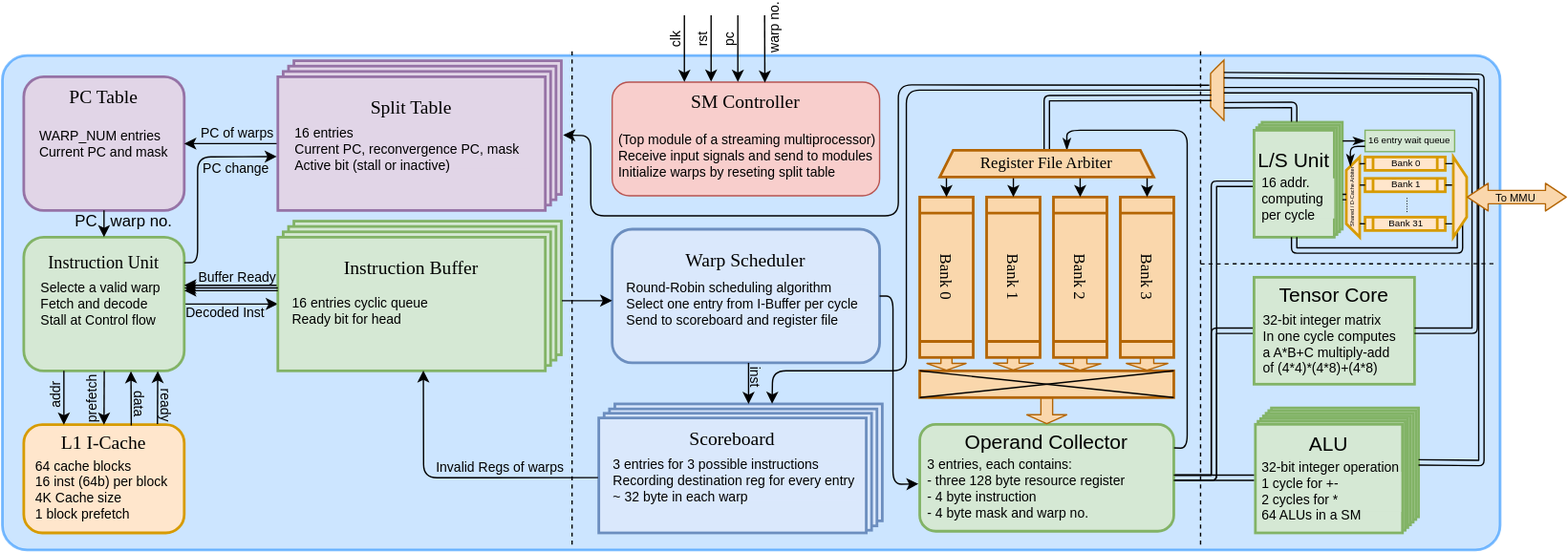
Above: docs/assets/pipeline.svg in dolce-project/gelato (draw.io), before the change. Source tidied: cells renumbered, new cells last; positions are measured from the earlier drawing's top-left corner, leaving out a move shared by most shapes.
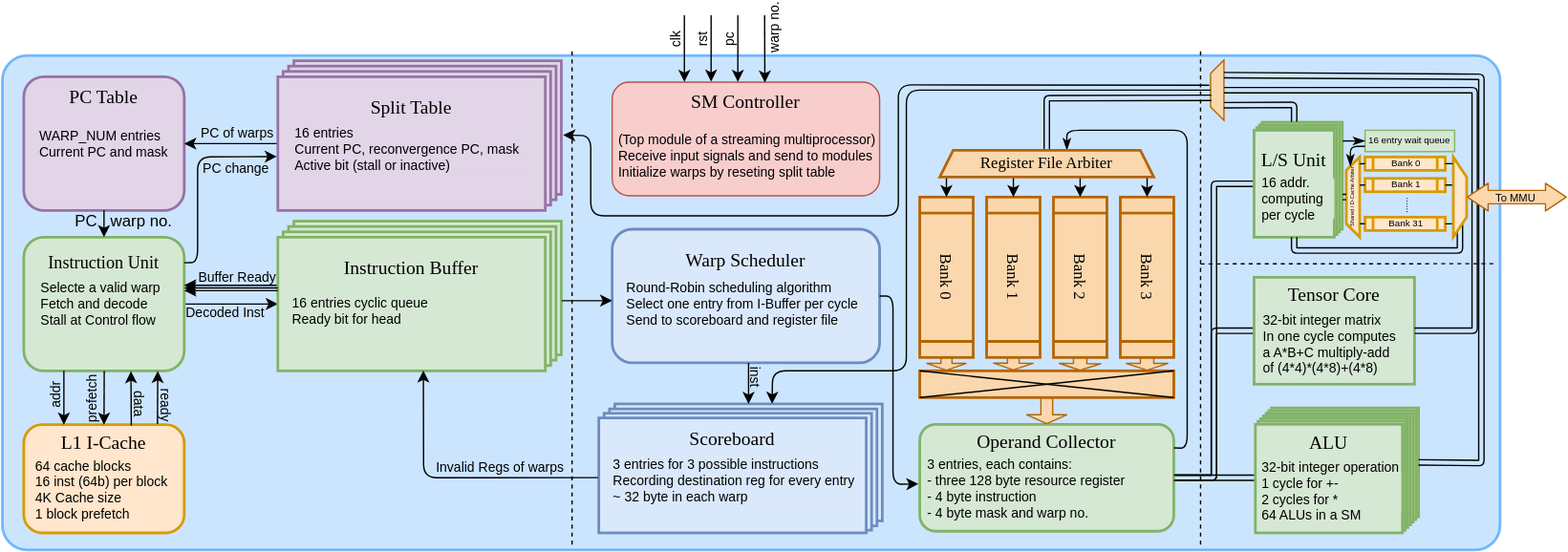
Later version of the same file.

The edit, as a diff of the source:
```diff
@@ -202,7 +202,7 @@
     <mxCell id="58" value="PC change" style="text;html=1;strokeColor=none;fillColor=none;align=center;verticalAlign=middle;whiteSpace=wrap;rounded=0;strokeWidth=1;fontFamily=Helvetica;fontSize=10;fontColor=#000000;rotation=0;" parent="1" vertex="1">
       <mxGeometry x="135" y="101" width="80" height="30" as="geometry" />
     </mxCell>
-    <mxCell id="59" value="&lt;font style=&quot;font-size: 15px;&quot;&gt;&lt;font color=&quot;#000000&quot;&gt;Operand Collector&lt;br&gt;&lt;/font&gt;&lt;br&gt;&lt;br&gt;&lt;br&gt;&lt;/font&gt;" style="rounded=1;whiteSpace=wrap;html=1;strokeColor=#82b366;strokeWidth=2;fillColor=#d5e8d4;" parent="1" vertex="1">
+    <mxCell id="59" value="&lt;font style=&quot;font-size: 14px;&quot;&gt;&lt;font style=&quot;font-size: 14px;&quot; face=&quot;Verdana&quot;&gt;&lt;font style=&quot;font-size: 14px;&quot; color=&quot;#000000&quot;&gt;Operand Collector&lt;br&gt;&lt;/font&gt;&lt;br&gt;&lt;br&gt;&lt;/font&gt;&lt;br&gt;&lt;/font&gt;" style="rounded=1;whiteSpace=wrap;html=1;strokeColor=#82b366;strokeWidth=2;fillColor=#d5e8d4;" parent="1" vertex="1">
       <mxGeometry x="686" y="308" width="190" height="80" as="geometry" />
     </mxCell>
     <mxCell id="60" value="3 entries, each contains:&lt;br&gt;- three 128 byte resource register&lt;br&gt;- 4 byte instruction&lt;br&gt;- 4 byte mask and warp no." style="text;html=1;strokeColor=none;fillColor=none;align=left;verticalAlign=middle;whiteSpace=wrap;rounded=0;strokeWidth=1;fontFamily=Helvetica;fontSize=10;fontColor=#000000;" parent="1" vertex="1">
@@ -279,19 +279,19 @@
         <mxPoint x="896" y="27" as="targetPoint" />
       </mxGeometry>
     </mxCell>
-    <mxCell id="79" value="&lt;font style=&quot;font-size: 15px;&quot;&gt;ALU&lt;br&gt;&lt;br&gt;&lt;br&gt;&lt;br&gt;&lt;/font&gt;" style="rounded=0;whiteSpace=wrap;html=1;strokeColor=#82b366;fontSize=12;fillColor=#d5e8d4;fontColor=#000000;strokeWidth=2;" parent="1" vertex="1">
+    <mxCell id="79" value="&lt;font style=&quot;font-size: 14px;&quot;&gt;&lt;font style=&quot;font-size: 14px;&quot; face=&quot;Verdana&quot;&gt;ALU&lt;br&gt;&lt;br&gt;&lt;br&gt;&lt;/font&gt;&lt;br&gt;&lt;/font&gt;" style="rounded=0;whiteSpace=wrap;html=1;strokeColor=#82b366;fontSize=12;fillColor=#d5e8d4;fontColor=#000000;strokeWidth=2;" parent="1" vertex="1">
       <mxGeometry x="937" y="308" width="110" height="81.2" as="geometry" />
     </mxCell>
     <mxCell id="80" value="32-bit integer operation&lt;br&gt;1 cycle for +-&lt;br&gt;2 cycles for *&lt;br&gt;64 ALUs in a SM" style="text;html=1;strokeColor=none;fillColor=#d5e8d4;align=left;verticalAlign=middle;whiteSpace=wrap;rounded=0;strokeWidth=2;fontFamily=Helvetica;fontSize=10;fontColor=#000000;" parent="1" vertex="1">
       <mxGeometry x="940" y="343.5" width="106" height="30" as="geometry" />
     </mxCell>
-    <mxCell id="81" value="&lt;font style=&quot;font-size: 15px;&quot;&gt;Tensor Core&lt;br&gt;&lt;br&gt;&lt;br&gt;&lt;br&gt;&lt;/font&gt;" style="rounded=0;whiteSpace=wrap;html=1;strokeColor=#82b366;fontSize=12;fillColor=#d5e8d4;fontColor=#000000;strokeWidth=2;" parent="1" vertex="1">
+    <mxCell id="81" value="&lt;font style=&quot;font-size: 14px;&quot;&gt;&lt;font style=&quot;font-size: 14px;&quot; face=&quot;Verdana&quot;&gt;Tensor Core&lt;br&gt;&lt;br&gt;&lt;br&gt;&lt;/font&gt;&lt;br&gt;&lt;/font&gt;" style="rounded=0;whiteSpace=wrap;html=1;strokeColor=#82b366;fontSize=12;fillColor=#d5e8d4;fontColor=#000000;strokeWidth=2;" parent="1" vertex="1">
       <mxGeometry x="936" y="198" width="120" height="80" as="geometry" />
     </mxCell>
     <mxCell id="82" value="32-bit integer matrix&lt;br&gt;In one cycle computes&amp;nbsp;&lt;br&gt;a A*B+C multiply-add&lt;br&gt;of (4*4)*(4*8)+(4*8)" style="text;html=1;strokeColor=none;fillColor=none;align=left;verticalAlign=middle;whiteSpace=wrap;rounded=0;strokeWidth=1;fontFamily=Helvetica;fontSize=10;fontColor=#000000;" parent="1" vertex="1">
       <mxGeometry x="941" y="232.6" width="134" height="30" as="geometry" />
     </mxCell>
-    <mxCell id="83" value="&lt;font style=&quot;font-size: 15px;&quot;&gt;L/S Unit&lt;br&gt;&lt;br&gt;&lt;br&gt;&lt;/font&gt;" style="rounded=0;whiteSpace=wrap;html=1;strokeColor=#82b366;fontSize=12;fillColor=#d5e8d4;fontColor=#000000;strokeWidth=2;" parent="1" vertex="1">
+    <mxCell id="83" value="&lt;font style=&quot;font-size: 14px;&quot;&gt;&lt;font style=&quot;font-size: 14px;&quot; face=&quot;Verdana&quot;&gt;L/S Unit&lt;br&gt;&lt;br&gt;&lt;/font&gt;&lt;br&gt;&lt;/font&gt;" style="rounded=0;whiteSpace=wrap;html=1;strokeColor=#82b366;fontSize=12;fillColor=#d5e8d4;fontColor=#000000;strokeWidth=2;" parent="1" vertex="1">
       <mxGeometry x="936" y="88" width="60" height="80" as="geometry" />
     </mxCell>
     <mxCell id="84" value="16 addr. computing&lt;br&gt;per cycle" style="text;html=1;strokeColor=none;fillColor=#d5e8d4;align=left;verticalAlign=middle;whiteSpace=wrap;rounded=0;strokeWidth=1;fontFamily=Helvetica;fontSize=10;fontColor=#000000;" parent="1" vertex="1">
```
